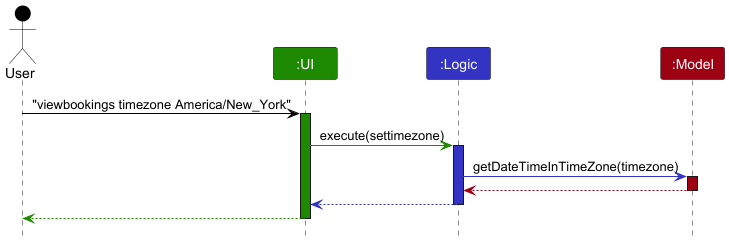
Above: docs/images/TimeZoneViewDiffTimezoneSequence.png in tathan08/tp (PlantUML), before the change.
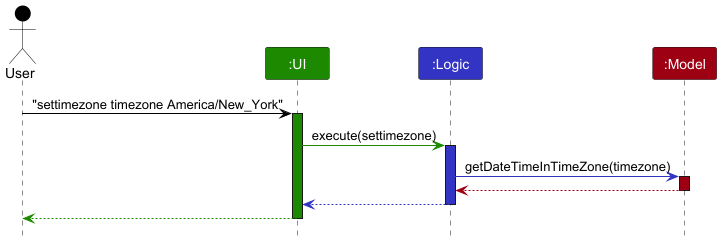
The same diagram one commit later.

The edit, as a diff of the source:
```diff
@@ -7,7 +7,7 @@
 Participant ":Logic" as logic LOGIC_COLOR
 Participant ":Model" as model MODEL_COLOR
 
-user -[USER_COLOR]> ui : "viewbookings timezone America/New_York"
+user -[USER_COLOR]> ui : "settimezone timezone America/New_York"
 activate ui UI_COLOR
 
 ui -[UI_COLOR]> logic : execute(settimezone)
```
